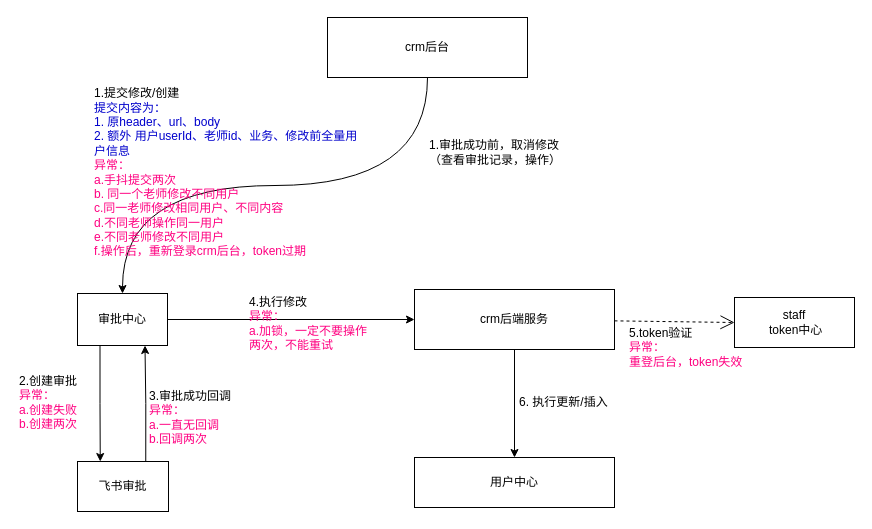
This is 审批.drawio from xiell2016/hetaoDesign, a draw.io file, before an edit. Source tidied: cells renumbered, new cells numbered last; positions are measured from the earlier drawing's top-left corner, leaving out a move shared by most shapes. Both pictures are drawn from the tidied source at 100%, with x=0, y=0 at pixel (17, 17).
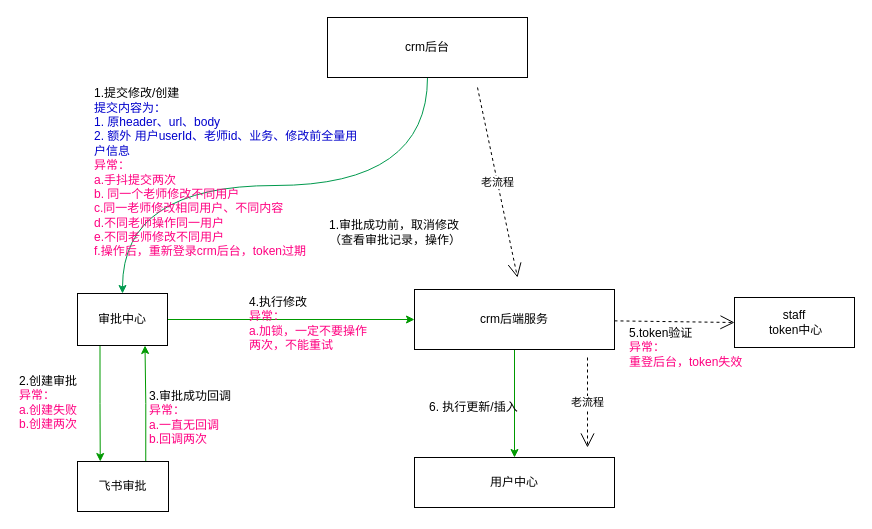
The same page after the edit.

Unchanged cells that the change refers to:
```xml
<mxCell id="3" value="crm后台" style="rounded=0;whiteSpace=wrap;html=1;" parent="1" vertex="1">
  <mxGeometry x="310" width="200" height="60" as="geometry" />
</mxCell>
<mxCell id="6" value="审批中心" style="rounded=0;whiteSpace=wrap;html=1;" parent="1" vertex="1">
  <mxGeometry x="60" y="276" width="90" height="52" as="geometry" />
</mxCell>
<mxCell id="8" value="crm后端服务" style="rounded=0;whiteSpace=wrap;html=1;" parent="1" vertex="1">
  <mxGeometry x="397" y="272" width="200" height="60" as="geometry" />
</mxCell>
<mxCell id="9" value="用户中心" style="rounded=0;whiteSpace=wrap;html=1;" parent="1" vertex="1">
  <mxGeometry x="397" y="440" width="200" height="50" as="geometry" />
</mxCell>
<mxCell id="13" value="飞书审批" style="rounded=0;whiteSpace=wrap;html=1;" parent="1" vertex="1">
  <mxGeometry x="60" y="444" width="91" height="50" as="geometry" />
</mxCell>
```

The edit, as a diff of the source:
```diff
@@
-    <mxCell id="2" style="edgeStyle=orthogonalEdgeStyle;rounded=0;jettySize=auto;html=1;exitX=0.5;exitY=1;exitDx=0;exitDy=0;entryX=0.5;entryY=0;entryDx=0;entryDy=0;curved=1;" parent="1" edge="1" source="3" target="6">
+    <mxCell id="2" style="edgeStyle=orthogonalEdgeStyle;rounded=0;jettySize=auto;html=1;exitX=0.5;exitY=1;exitDx=0;exitDy=0;entryX=0.5;entryY=0;entryDx=0;entryDy=0;curved=1;strokeColor=#00994D;fillColor=#99004D;" parent="1" edge="1" source="3" target="6">
       <mxGeometry relative="1" as="geometry" />
     </mxCell>
@@
-    <mxCell id="4" style="edgeStyle=orthogonalEdgeStyle;rounded=0;jettySize=auto;html=1;exitX=1;exitY=0.5;exitDx=0;exitDy=0;entryX=0;entryY=0.5;entryDx=0;entryDy=0;" parent="1" edge="1" source="6" target="8">
+    <mxCell id="4" style="edgeStyle=orthogonalEdgeStyle;rounded=0;jettySize=auto;html=1;exitX=1;exitY=0.5;exitDx=0;exitDy=0;entryX=0;entryY=0.5;entryDx=0;entryDy=0;strokeColor=#009900;" parent="1" edge="1" source="6" target="8">
       <mxGeometry relative="1" as="geometry" />
     </mxCell>
-    <mxCell id="5" style="edgeStyle=orthogonalEdgeStyle;rounded=0;jettySize=auto;html=1;exitX=0.25;exitY=1;exitDx=0;exitDy=0;entryX=0.25;entryY=0;entryDx=0;entryDy=0;" parent="1" edge="1" source="6" target="13">
+    <mxCell id="5" style="edgeStyle=orthogonalEdgeStyle;rounded=0;jettySize=auto;html=1;exitX=0.25;exitY=1;exitDx=0;exitDy=0;entryX=0.25;entryY=0;entryDx=0;entryDy=0;strokeColor=#009900;" parent="1" edge="1" source="6" target="13">
       <mxGeometry relative="1" as="geometry" />
     </mxCell>
@@
-    <mxCell id="7" style="edgeStyle=orthogonalEdgeStyle;rounded=0;jettySize=auto;html=1;exitX=0.5;exitY=1;exitDx=0;exitDy=0;" parent="1" edge="1" source="8" target="9">
+    <mxCell id="7" style="edgeStyle=orthogonalEdgeStyle;rounded=0;jettySize=auto;html=1;exitX=0.5;exitY=1;exitDx=0;exitDy=0;strokeColor=#009900;" parent="1" edge="1" source="8" target="9">
       <mxGeometry relative="1" as="geometry" />
     </mxCell>
@@
-    <mxCell id="12" style="edgeStyle=orthogonalEdgeStyle;rounded=0;jettySize=auto;html=1;exitX=0.75;exitY=0;exitDx=0;exitDy=0;entryX=0.75;entryY=1;entryDx=0;entryDy=0;" parent="1" edge="1" source="13" target="6">
+    <mxCell id="12" style="edgeStyle=orthogonalEdgeStyle;rounded=0;jettySize=auto;html=1;exitX=0.75;exitY=0;exitDx=0;exitDy=0;entryX=0.75;entryY=1;entryDx=0;entryDy=0;strokeColor=#009900;" parent="1" edge="1" source="13" target="6">
       <mxGeometry relative="1" as="geometry" />
     </mxCell>
@@
     <mxCell id="17" value="1.审批成功前，取消修改&lt;br&gt;（查看审批记录，操作）" style="text;html=1;strokeColor=none;fillColor=none;align=left;verticalAlign=middle;whiteSpace=wrap;rounded=0;" parent="1" vertex="1">
-      <mxGeometry x="410" y="110" width="150" height="50" as="geometry" />
+      <mxGeometry x="310" y="190" width="150" height="50" as="geometry" />
     </mxCell>
@@
     <mxCell id="20" value="6. 执行更新/插入&lt;font color=&quot;#ff0080&quot;&gt;&lt;br&gt;&lt;/font&gt;" style="text;html=1;strokeColor=none;fillColor=none;align=left;verticalAlign=middle;whiteSpace=wrap;rounded=0;" parent="1" vertex="1">
-      <mxGeometry x="500" y="355" width="120" height="60" as="geometry" />
+      <mxGeometry x="410" y="360" width="120" height="60" as="geometry" />
     </mxCell>
+    <mxCell id="21" value="老流程" style="endArrow=open;endSize=12;dashed=1;html=1;rounded=0;" parent="1" edge="1">
+      <mxGeometry relative="1" as="geometry">
+        <mxPoint x="460" y="70" as="sourcePoint" />
+        <mxPoint x="500" y="260" as="targetPoint" />
+      </mxGeometry>
+    </mxCell>
+    <mxCell id="22" value="老流程" style="endArrow=open;endSize=12;dashed=1;html=1;rounded=0;" parent="1" edge="1">
+      <mxGeometry relative="1" as="geometry">
+        <mxPoint x="570" y="340" as="sourcePoint" />
+        <mxPoint x="570" y="430" as="targetPoint" />
+      </mxGeometry>
+    </mxCell>
```
